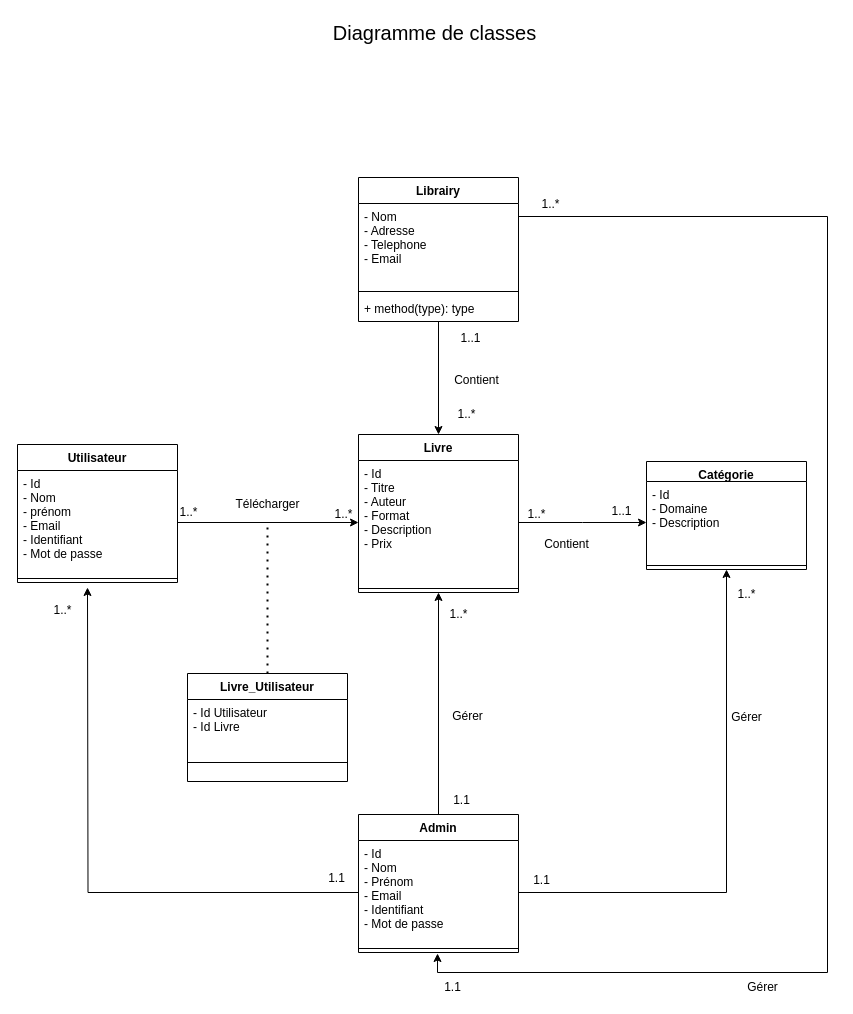
Above: page "Diagramme de classe" (7 of 18) of Untitled Diagram.drawio in keidy001/virtual-biblio (draw.io), before the change. Source tidied: cells renumbered, new cells numbered last; positions are measured from the earlier drawing's top-left corner, leaving out a move shared by most shapes. Both pictures are drawn from the tidied source at 100%, with x=0, y=0 at pixel (17, 17).
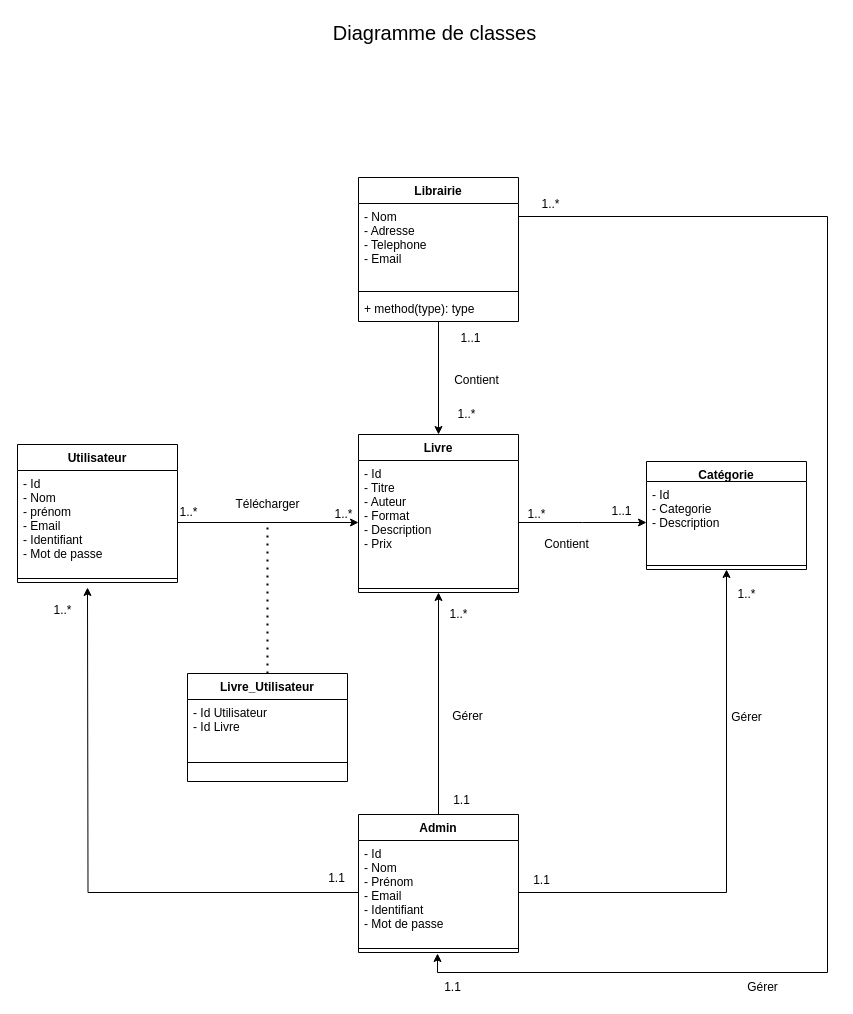
The same page after the edit.

The change refers to these unchanged cells:
```xml
<mxCell id="19" value="Catégorie" style="swimlane;fontStyle=1;align=center;verticalAlign=top;horizontal=1;startSize=20;" parent="1" vertex="1">
  <mxGeometry x="629" y="444" width="160" height="108" as="geometry" />
</mxCell>
```

What changed in the source:
```diff
@@
-    <mxCell id="20" value="- Id&#10;- Domaine&#10;- Description" style="text;strokeColor=none;fillColor=none;align=left;verticalAlign=top;spacingLeft=4;spacingRight=4;overflow=hidden;" parent="19" vertex="1">
+    <mxCell id="20" value="- Id&#10;- Categorie&#10;- Description" style="text;strokeColor=none;fillColor=none;align=left;verticalAlign=top;spacingLeft=4;spacingRight=4;overflow=hidden;" parent="19" vertex="1">
       <mxGeometry y="20" width="160" height="80" as="geometry" />
     </mxCell>
@@
-    <mxCell id="39" value="Librairy" style="swimlane;fontStyle=1;align=center;verticalAlign=top;horizontal=1;startSize=26;" parent="1" vertex="1">
+    <mxCell id="39" value="Librairie" style="swimlane;fontStyle=1;align=center;verticalAlign=top;horizontal=1;startSize=26;" parent="1" vertex="1">
       <mxGeometry x="341" y="160" width="160" height="144" as="geometry" />
     </mxCell>
```
